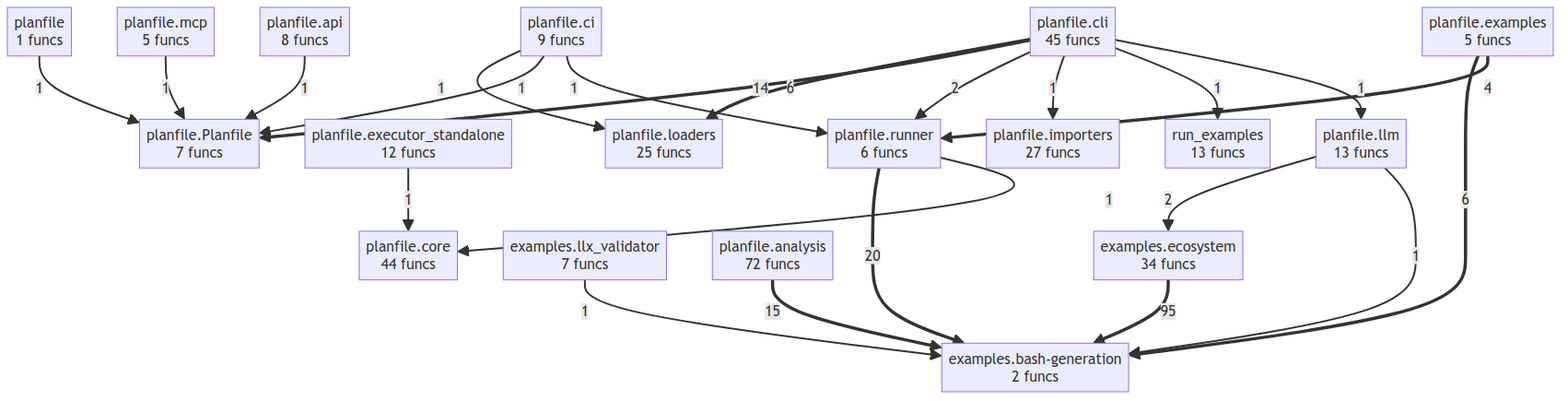
Before: project/compact_flow.png, a diagram exported from Mermaid (semcod/planfile). Its source is kept beside it as project/compact_flow.mmd.
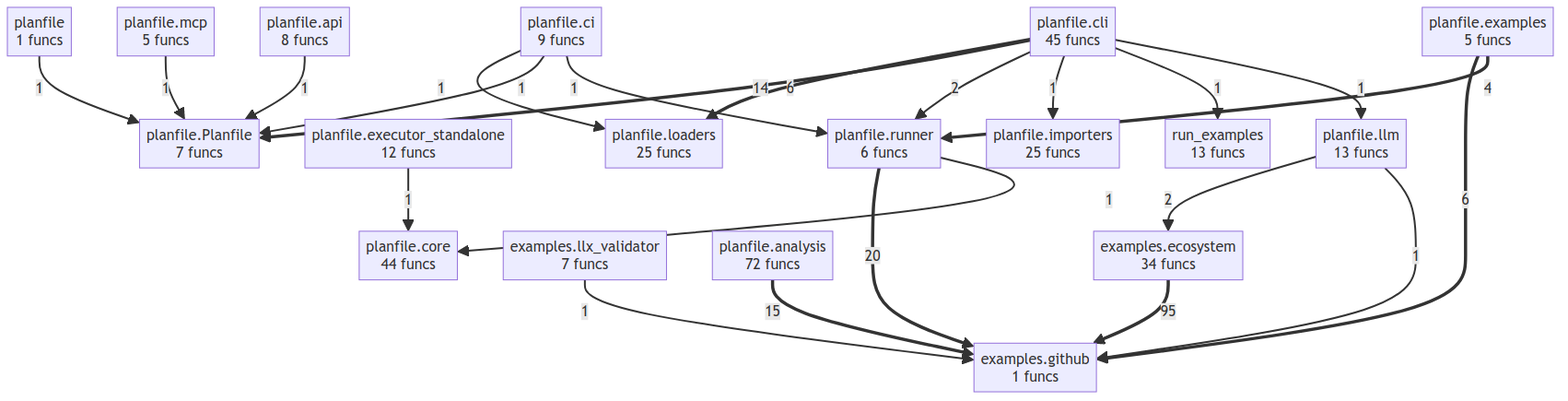
After the change.

The edit, as a diff of the source:
```diff
@@ -1,6 +1,6 @@
 flowchart TD
-    examples__bash_generation["examples.bash-generation<br/>2 funcs"]
     examples__ecosystem["examples.ecosystem<br/>34 funcs"]
+    examples__github["examples.github<br/>1 funcs"]
     examples__llx_validator["examples.llx_validator<br/>7 funcs"]
     planfile["planfile<br/>1 funcs"]
     planfile__Planfile["planfile.Planfile<br/>7 funcs"]
@@ -11,29 +11,29 @@
     planfile__core["planfile.core<br/>44 funcs"]
     planfile__examples["planfile.examples<br/>5 funcs"]
     planfile__executor_standalone["planfile.executor_standalone<br/>12 funcs"]
-    planfile__importers["planfile.importers<br/>27 funcs"]
+    planfile__importers["planfile.importers<br/>25 funcs"]
     planfile__llm["planfile.llm<br/>13 funcs"]
     planfile__loaders["planfile.loaders<br/>25 funcs"]
     planfile__mcp["planfile.mcp<br/>5 funcs"]
     planfile__runner["planfile.runner<br/>6 funcs"]
     run_examples["run_examples<br/>13 funcs"]
-    examples__ecosystem ==>|95| examples__bash_generation
-    planfile__runner ==>|20| examples__bash_generation
-    planfile__analysis ==>|15| examples__bash_generation
+    examples__ecosystem ==>|95| examples__github
+    planfile__runner ==>|20| examples__github
+    planfile__analysis ==>|15| examples__github
     planfile__cli ==>|14| planfile__loaders
-    planfile__examples ==>|6| examples__bash_generation
+    planfile__examples ==>|6| examples__github
     planfile__cli ==>|6| planfile__Planfile
     planfile__examples ==>|4| planfile__runner
     planfile__llm -->|2| examples__ecosystem
     planfile__cli -->|2| planfile__runner
-    examples__llx_validator -->|1| examples__bash_generation
+    examples__llx_validator -->|1| examples__github
     planfile -->|1| planfile__Planfile
     planfile__runner -->|1| planfile__core
     planfile__executor_standalone -->|1| planfile__core
     planfile__ci -->|1| planfile__loaders
     planfile__ci -->|1| planfile__Planfile
     planfile__ci -->|1| planfile__runner
-    planfile__llm -->|1| examples__bash_generation
+    planfile__llm -->|1| examples__github
     planfile__mcp -->|1| planfile__Planfile
     planfile__cli -->|1| planfile__importers
     planfile__cli -->|1| run_examples
```
